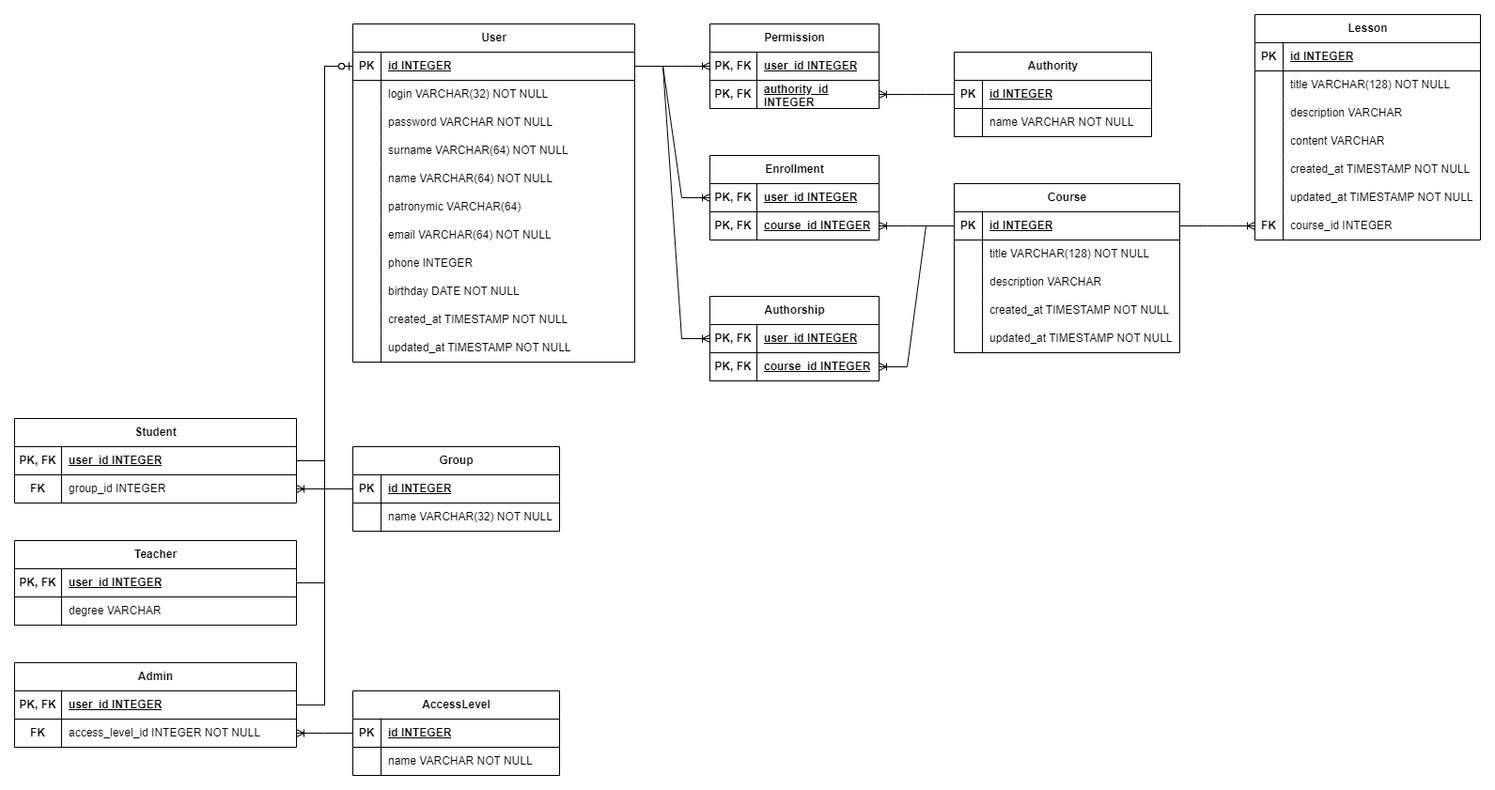
The draw.io diagram docs/images/database_schema.png in selbowgreaser/brainstormy, before a commit. Source tidied: cells renumbered, new cells last; positions are measured from the earlier drawing's top-left corner, leaving out a move shared by most shapes.
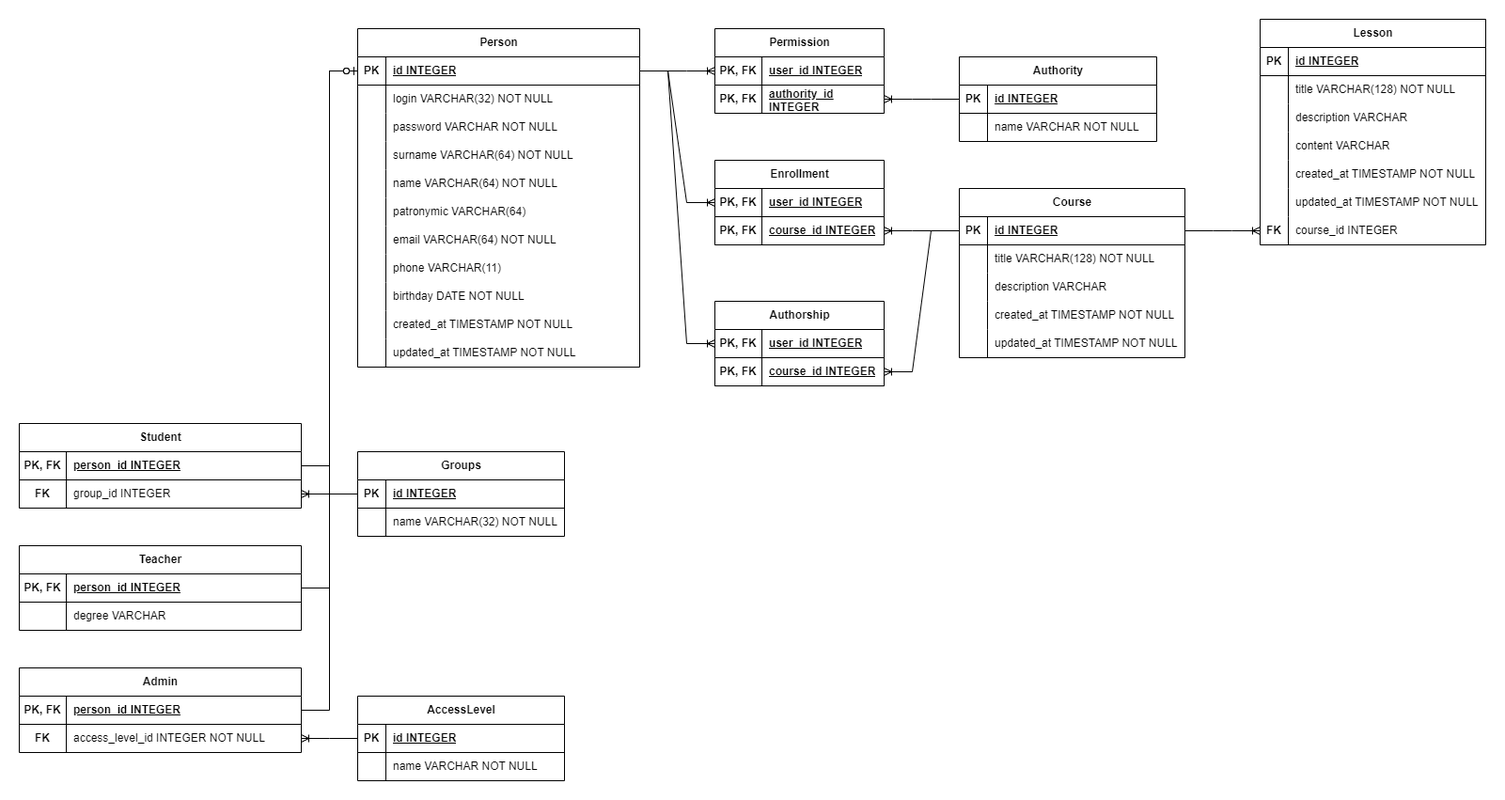
After the change.

Commit message:
Updated database schema

The edit, as a diff of the source:
```diff
@@ -11,7 +11,7 @@
     <mxCell id="4" value="PK, FK" style="shape=partialRectangle;fillColor=none;top=0;left=0;bottom=0;right=0;fontStyle=1;overflow=hidden;whiteSpace=wrap;html=1;" parent="3" vertex="1">
       <mxGeometry width="50" height="30" as="geometry" />
     </mxCell>
-    <mxCell id="5" value="user_id INTEGER" style="shape=partialRectangle;fillColor=none;top=0;left=0;bottom=0;right=0;align=left;spacingLeft=6;fontStyle=5;overflow=hidden;whiteSpace=wrap;html=1;" parent="3" vertex="1">
+    <mxCell id="5" value="person_id INTEGER" style="shape=partialRectangle;fillColor=none;top=0;left=0;bottom=0;right=0;align=left;spacingLeft=6;fontStyle=5;overflow=hidden;whiteSpace=wrap;html=1;" parent="3" vertex="1">
       <mxGeometry x="50" width="250" height="30" as="geometry" />
     </mxCell>
     <mxCell id="6" style="shape=tableRow;horizontal=0;startSize=0;swimlaneHead=0;swimlaneBody=0;fillColor=none;points=[[0,0.5],[1,0.5]];portConstraint=eastwest;top=0;left=0;right=0;bottom=0;" parent="2" vertex="1">
@@ -137,7 +137,7 @@
     <mxCell id="46" value="course_id INTEGER" style="shape=partialRectangle;fillColor=none;top=0;left=0;bottom=0;right=0;align=left;spacingLeft=6;fontStyle=5;overflow=hidden;whiteSpace=wrap;html=1;" parent="44" vertex="1">
       <mxGeometry x="50" width="130" height="30" as="geometry" />
     </mxCell>
-    <mxCell id="47" value="Group" style="shape=table;startSize=30;rowLines=0;fontStyle=1;align=center;html=1;" parent="1" vertex="1">
+    <mxCell id="47" value="Groups" style="shape=table;startSize=30;rowLines=0;fontStyle=1;align=center;html=1;" parent="1" vertex="1">
       <mxGeometry x="360" y="460" width="220" height="90" as="geometry" />
     </mxCell>
     <mxCell id="48" style="shape=tableRow;horizontal=0;startSize=0;swimlaneHead=0;swimlaneBody=0;fillColor=none;points=[[0,0.5],[1,0.5]];portConstraint=eastwest;top=0;left=0;right=0;bottom=1;" parent="47" vertex="1">
@@ -167,7 +167,7 @@
     <mxCell id="56" value="PK, FK" style="shape=partialRectangle;fillColor=none;top=0;left=0;bottom=0;right=0;fontStyle=1;overflow=hidden;whiteSpace=wrap;html=1;" parent="55" vertex="1">
       <mxGeometry width="50" height="30" as="geometry" />
     </mxCell>
-    <mxCell id="57" value="user_id INTEGER" style="shape=partialRectangle;fillColor=none;top=0;left=0;bottom=0;right=0;align=left;spacingLeft=6;fontStyle=5;overflow=hidden;whiteSpace=wrap;html=1;" parent="55" vertex="1">
+    <mxCell id="57" value="person_id INTEGER" style="shape=partialRectangle;fillColor=none;top=0;left=0;bottom=0;right=0;align=left;spacingLeft=6;fontStyle=5;overflow=hidden;whiteSpace=wrap;html=1;" parent="55" vertex="1">
       <mxGeometry x="50" width="250" height="30" as="geometry" />
     </mxCell>
     <mxCell id="58" style="shape=tableRow;horizontal=0;startSize=0;swimlaneHead=0;swimlaneBody=0;fillColor=none;top=0;left=0;right=0;bottom=0;" parent="54" vertex="1">
@@ -287,7 +287,7 @@
     <mxCell id="96" value="PK, FK" style="shape=partialRectangle;fillColor=none;top=0;left=0;bottom=0;right=0;fontStyle=1;overflow=hidden;whiteSpace=wrap;html=1;" parent="95" vertex="1">
       <mxGeometry width="50" height="30" as="geometry" />
     </mxCell>
-    <mxCell id="97" value="user_id INTEGER" style="shape=partialRectangle;fillColor=none;top=0;left=0;bottom=0;right=0;align=left;spacingLeft=6;fontStyle=5;overflow=hidden;whiteSpace=wrap;html=1;" parent="95" vertex="1">
+    <mxCell id="97" value="person_id INTEGER" style="shape=partialRectangle;fillColor=none;top=0;left=0;bottom=0;right=0;align=left;spacingLeft=6;fontStyle=5;overflow=hidden;whiteSpace=wrap;html=1;" parent="95" vertex="1">
       <mxGeometry x="50" width="250" height="30" as="geometry" />
     </mxCell>
     <mxCell id="98" style="shape=tableRow;horizontal=0;startSize=0;swimlaneHead=0;swimlaneBody=0;fillColor=none;points=[[0,0.5],[1,0.5]];portConstraint=eastwest;top=0;left=0;right=0;bottom=0;" parent="94" vertex="1">
@@ -320,7 +320,7 @@
     <mxCell id="107" value="name VARCHAR NOT NULL" style="shape=partialRectangle;fillColor=none;top=0;left=0;bottom=0;right=0;align=left;spacingLeft=6;overflow=hidden;whiteSpace=wrap;html=1;" parent="105" vertex="1">
       <mxGeometry x="30" width="190" height="30" as="geometry" />
     </mxCell>
-    <mxCell id="108" value="User" style="shape=table;startSize=30;rowLines=0;fontStyle=1;align=center;html=1;" parent="1" vertex="1">
+    <mxCell id="108" value="Person" style="shape=table;startSize=30;rowLines=0;fontStyle=1;align=center;html=1;" parent="1" vertex="1">
       <mxGeometry x="360" y="10" width="300" height="360" as="geometry" />
     </mxCell>
     <mxCell id="109" style="shape=tableRow;horizontal=0;startSize=0;swimlaneHead=0;swimlaneBody=0;fillColor=none;points=[[0,0.5],[1,0.5]];portConstraint=eastwest;top=0;left=0;right=0;bottom=1;" parent="108" vertex="1">
@@ -392,7 +392,7 @@
     <mxCell id="131" style="shape=partialRectangle;fillColor=none;top=0;left=0;bottom=0;right=0;overflow=hidden;whiteSpace=wrap;html=1;" parent="130" vertex="1">
       <mxGeometry width="30" height="30" as="geometry" />
     </mxCell>
-    <mxCell id="132" value="phone INTEGER" style="shape=partialRectangle;fillColor=none;top=0;left=0;bottom=0;right=0;align=left;spacingLeft=6;overflow=hidden;whiteSpace=wrap;html=1;" parent="130" vertex="1">
+    <mxCell id="132" value="phone VARCHAR(11)" style="shape=partialRectangle;fillColor=none;top=0;left=0;bottom=0;right=0;align=left;spacingLeft=6;overflow=hidden;whiteSpace=wrap;html=1;" parent="130" vertex="1">
       <mxGeometry x="30" width="270" height="30" as="geometry" />
     </mxCell>
     <mxCell id="133" style="shape=tableRow;horizontal=0;startSize=0;swimlaneHead=0;swimlaneBody=0;fillColor=none;top=0;left=0;right=0;bottom=0;" parent="108" vertex="1">
```
